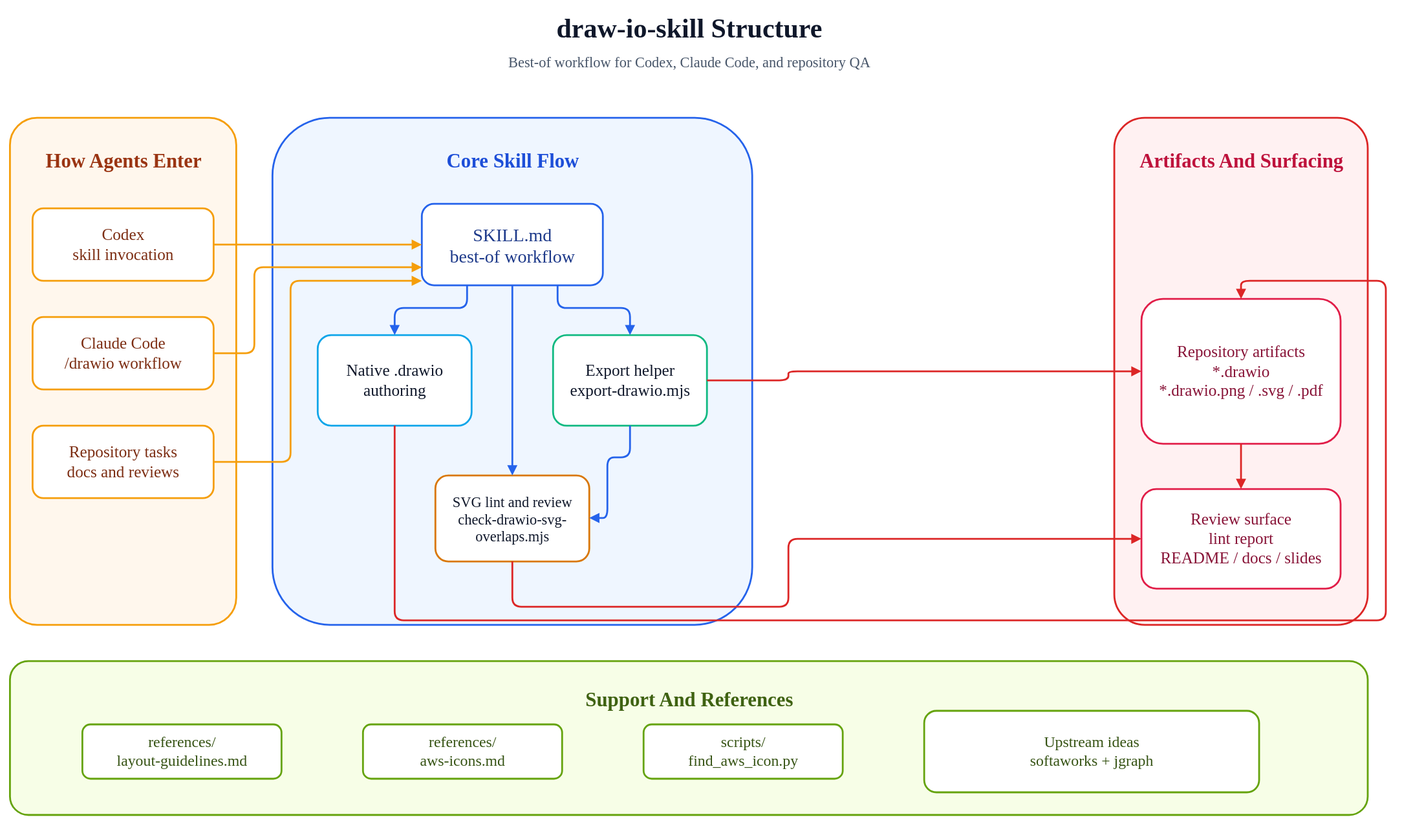
Above: assets/draw-io-skill-structure.drawio.svg in Sunwood-ai-labs/draw-io-skill (draw.io), before the change. Source tidied: cells renumbered, new cells last; positions are measured from the earlier drawing's top-left corner, leaving out a move shared by most shapes.
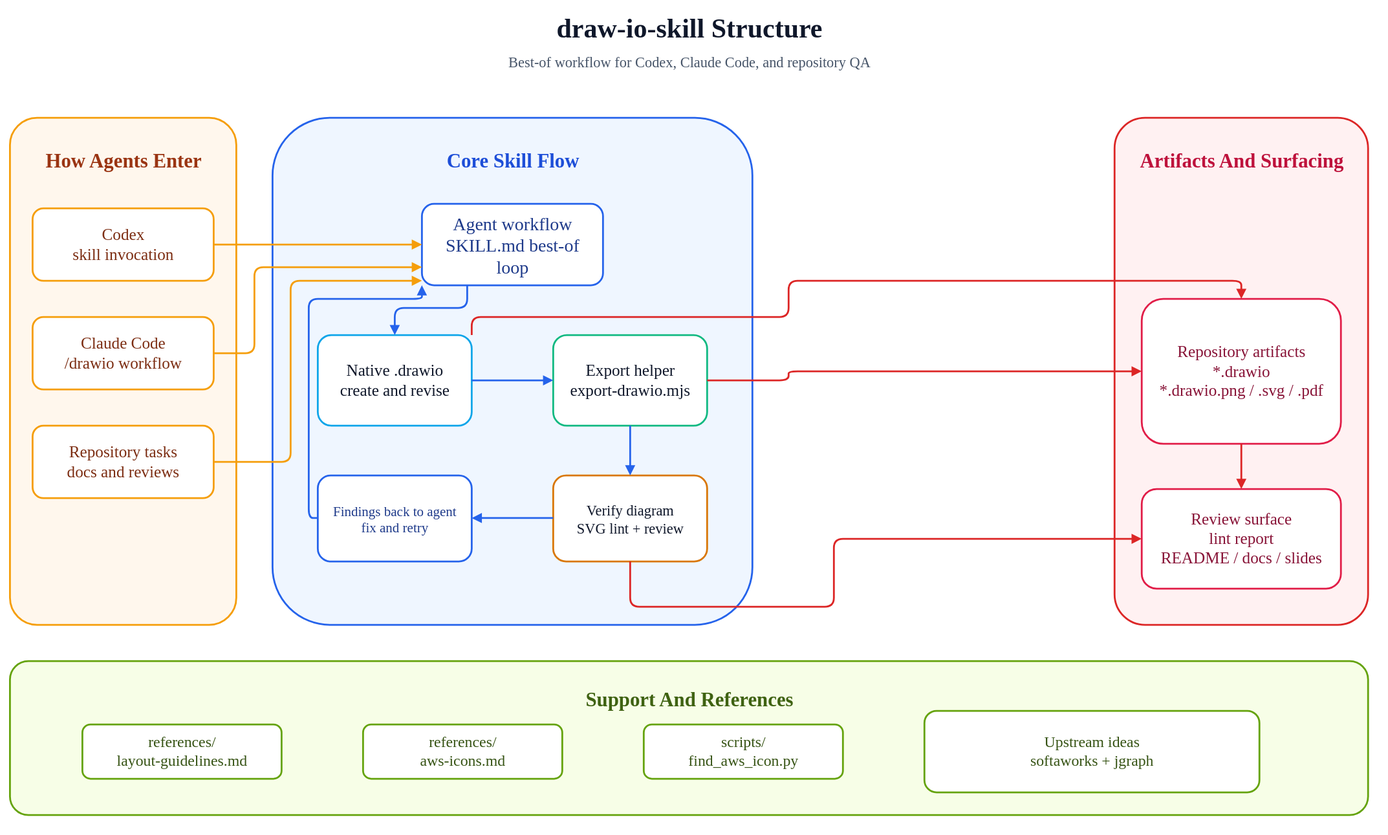
Above is the later version.

Commit message:
🔁 Clarify diagram validation feedback loop

What changed in the source:
```diff
@@ -41,18 +41,21 @@
     <mxCell id="14" value="Repository tasks&lt;br&gt;docs and reviews" style="rounded=1;whiteSpace=wrap;html=1;fillColor=#ffffff;strokeColor=#f59e0b;strokeWidth=2;fontSize=18;fontFamily=Noto Sans JP;fontColor=#7c2d12;align=center;verticalAlign=middle;spacing=8;" parent="1" vertex="1">
       <mxGeometry x="25" y="460" width="200" height="80" as="geometry" />
     </mxCell>
-    <mxCell id="15" value="SKILL.md&lt;br&gt;best-of workflow" style="rounded=1;whiteSpace=wrap;html=1;fillColor=#ffffff;strokeColor=#2563eb;strokeWidth=2;fontSize=20;fontFamily=Noto Sans JP;fontColor=#1e3a8a;align=center;verticalAlign=middle;spacing=8;" parent="1" vertex="1">
+    <mxCell id="15" value="Agent workflow&lt;br&gt;SKILL.md best-of loop" style="rounded=1;whiteSpace=wrap;html=1;fillColor=#ffffff;strokeColor=#2563eb;strokeWidth=2;fontSize=20;fontFamily=Noto Sans JP;fontColor=#1e3a8a;align=center;verticalAlign=middle;spacing=8;" parent="1" vertex="1">
       <mxGeometry x="455" y="215" width="200" height="90" as="geometry" />
     </mxCell>
-    <mxCell id="16" value="Native .drawio&lt;br&gt;authoring" style="rounded=1;whiteSpace=wrap;html=1;fillColor=#ffffff;strokeColor=#0ea5e9;strokeWidth=2;fontSize=18;fontFamily=Noto Sans JP;fontColor=#0f172a;align=center;verticalAlign=middle;spacing=8;" parent="1" vertex="1">
+    <mxCell id="16" value="Native .drawio&lt;br&gt;create and revise" style="rounded=1;whiteSpace=wrap;html=1;fillColor=#ffffff;strokeColor=#0ea5e9;strokeWidth=2;fontSize=18;fontFamily=Noto Sans JP;fontColor=#0f172a;align=center;verticalAlign=middle;spacing=8;" parent="1" vertex="1">
       <mxGeometry x="340" y="360" width="170" height="100" as="geometry" />
     </mxCell>
     <mxCell id="17" value="Export helper&lt;br&gt;export-drawio.mjs" style="rounded=1;whiteSpace=wrap;html=1;fillColor=#ffffff;strokeColor=#10b981;strokeWidth=2;fontSize=18;fontFamily=Noto Sans JP;fontColor=#0f172a;align=center;verticalAlign=middle;spacing=8;" parent="1" vertex="1">
       <mxGeometry x="600" y="360" width="170" height="100" as="geometry" />
     </mxCell>
-    <mxCell id="18" value="SVG lint and review&lt;br&gt;check-drawio-svg-overlaps.mjs" style="rounded=1;whiteSpace=wrap;html=1;fillColor=#ffffff;strokeColor=#d97706;strokeWidth=2;fontSize=16;fontFamily=Noto Sans JP;fontColor=#0f172a;align=center;verticalAlign=middle;spacing=8;" parent="1" vertex="1">
-      <mxGeometry x="470" y="515" width="170" height="95" as="geometry" />
+    <mxCell id="18" value="Verify diagram&lt;br&gt;SVG lint + review" style="rounded=1;whiteSpace=wrap;html=1;fillColor=#ffffff;strokeColor=#d97706;strokeWidth=2;fontSize=16;fontFamily=Noto Sans JP;fontColor=#0f172a;align=center;verticalAlign=middle;spacing=8;" parent="1" vertex="1">
+      <mxGeometry x="600" y="515" width="170" height="95" as="geometry" />
     </mxCell>
+    <mxCell id="36" value="Findings back to agent&lt;br&gt;fix and retry" style="rounded=1;whiteSpace=wrap;html=1;fillColor=#ffffff;strokeColor=#2563eb;strokeWidth=2;fontSize=15;fontFamily=Noto Sans JP;fontColor=#1e3a8a;align=center;verticalAlign=middle;spacing=8;" parent="1" vertex="1">
+      <mxGeometry x="340" y="515" width="170" height="95" as="geometry" />
+    </mxCell>
     <mxCell id="19" value="references/&lt;br&gt;layout-guidelines.md" style="rounded=1;whiteSpace=wrap;html=1;fillColor=#ffffff;strokeColor=#65a30d;strokeWidth=2;fontSize=17;fontFamily=Noto Sans JP;fontColor=#365314;align=center;verticalAlign=middle;spacing=8;" parent="1" vertex="1">
       <mxGeometry x="80" y="790" width="220" height="60" as="geometry" />
     </mxCell>
@@ -107,41 +110,43 @@
         </Array>
       </mxGeometry>
     </mxCell>
-    <mxCell id="29" style="edgeStyle=orthogonalEdgeStyle;rounded=1;orthogonalLoop=1;jettySize=auto;html=1;endArrow=block;endFill=1;strokeWidth=2;strokeColor=#2563eb;" parent="1" edge="1">
-      <mxGeometry relative="1" as="geometry">
-        <mxPoint x="605" y="305" as="sourcePoint" />
-        <mxPoint x="685" y="360" as="targetPoint" />
-        <Array as="points">
-          <mxPoint x="605" y="330" />
-          <mxPoint x="685" y="330" />
-        </Array>
-      </mxGeometry>
-    </mxCell>
-    <mxCell id="30" style="edgeStyle=orthogonalEdgeStyle;rounded=1;orthogonalLoop=1;jettySize=auto;html=1;endArrow=block;endFill=1;strokeWidth=2;strokeColor=#2563eb;" parent="1" edge="1">
-      <mxGeometry relative="1" as="geometry">
-        <mxPoint x="555" y="305" as="sourcePoint" />
-        <mxPoint x="555" y="515" as="targetPoint" />
-      </mxGeometry>
-    </mxCell>
+    <mxCell id="37" style="edgeStyle=orthogonalEdgeStyle;rounded=1;orthogonalLoop=1;jettySize=auto;html=1;endArrow=block;endFill=1;strokeWidth=2;strokeColor=#2563eb;" parent="1" edge="1">
+      <mxGeometry relative="1" as="geometry">
+        <mxPoint x="510" y="410" as="sourcePoint" />
+        <mxPoint x="600" y="410" as="targetPoint" />
+      </mxGeometry>
+    </mxCell>
+    <mxCell id="38" style="edgeStyle=orthogonalEdgeStyle;rounded=1;orthogonalLoop=1;jettySize=auto;html=1;endArrow=block;endFill=1;strokeWidth=2;strokeColor=#2563eb;" parent="1" edge="1">
+      <mxGeometry relative="1" as="geometry">
+        <mxPoint x="340" y="562" as="sourcePoint" />
+        <mxPoint x="455" y="305" as="targetPoint" />
+        <Array as="points">
+          <mxPoint x="330" y="562" />
+          <mxPoint x="330" y="320" />
+          <mxPoint x="455" y="320" />
+        </Array>
+      </mxGeometry>
+    </mxCell>
     <mxCell id="31" style="edgeStyle=orthogonalEdgeStyle;rounded=1;orthogonalLoop=1;jettySize=auto;html=1;endArrow=block;endFill=1;strokeWidth=2;strokeColor=#2563eb;" parent="1" edge="1">
       <mxGeometry relative="1" as="geometry">
         <mxPoint x="685" y="460" as="sourcePoint" />
-        <mxPoint x="640" y="562" as="targetPoint" />
-        <Array as="points">
-          <mxPoint x="685" y="495" />
-          <mxPoint x="660" y="495" />
-          <mxPoint x="660" y="562" />
-        </Array>
+        <mxPoint x="685" y="515" as="targetPoint" />
       </mxGeometry>
     </mxCell>
+    <mxCell id="39" style="edgeStyle=orthogonalEdgeStyle;rounded=1;orthogonalLoop=1;jettySize=auto;html=1;endArrow=block;endFill=1;strokeWidth=2;strokeColor=#2563eb;" parent="1" edge="1">
+      <mxGeometry relative="1" as="geometry">
+        <mxPoint x="600" y="562" as="sourcePoint" />
+        <mxPoint x="510" y="562" as="targetPoint" />
+      </mxGeometry>
+    </mxCell>
     <mxCell id="32" style="edgeStyle=orthogonalEdgeStyle;rounded=1;orthogonalLoop=1;jettySize=auto;html=1;endArrow=block;endFill=1;strokeWidth=2;strokeColor=#dc2626;" parent="1" edge="1">
       <mxGeometry relative="1" as="geometry">
-        <mxPoint x="425" y="460" as="sourcePoint" />
+        <mxPoint x="510" y="360" as="sourcePoint" />
         <mxPoint x="1360" y="320" as="targetPoint" />
         <Array as="points">
-          <mxPoint x="425" y="675" />
-          <mxPoint x="1520" y="675" />
-          <mxPoint x="1520" y="300" />
+          <mxPoint x="510" y="340" />
+          <mxPoint x="860" y="340" />
+          <mxPoint x="860" y="300" />
           <mxPoint x="1360" y="300" />
         </Array>
       </mxGeometry>
@@ -158,12 +163,12 @@
     </mxCell>
     <mxCell id="34" style="edgeStyle=orthogonalEdgeStyle;rounded=1;orthogonalLoop=1;jettySize=auto;html=1;endArrow=block;endFill=1;strokeWidth=2;strokeColor=#dc2626;" parent="1" edge="1">
       <mxGeometry relative="1" as="geometry">
-        <mxPoint x="555" y="610" as="sourcePoint" />
+        <mxPoint x="685" y="610" as="sourcePoint" />
         <mxPoint x="1250" y="585" as="targetPoint" />
         <Array as="points">
-          <mxPoint x="555" y="660" />
-          <mxPoint x="860" y="660" />
-          <mxPoint x="860" y="585" />
+          <mxPoint x="685" y="660" />
+          <mxPoint x="910" y="660" />
+          <mxPoint x="910" y="585" />
         </Array>
       </mxGeometry>
     </mxCell>
```
